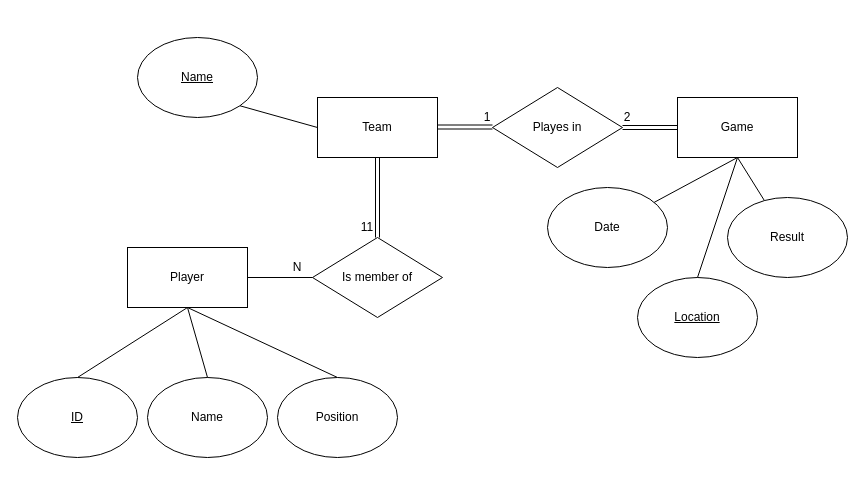
Above: Untitled Diagram.drawio in TWL27/JADS (draw.io), before the change. Source tidied: cells renumbered, new cells numbered last; positions are measured from the earlier drawing's top-left corner, leaving out a move shared by most shapes. Both pictures are drawn from the tidied source at 100%, with x=0, y=0 at pixel (17, 37).
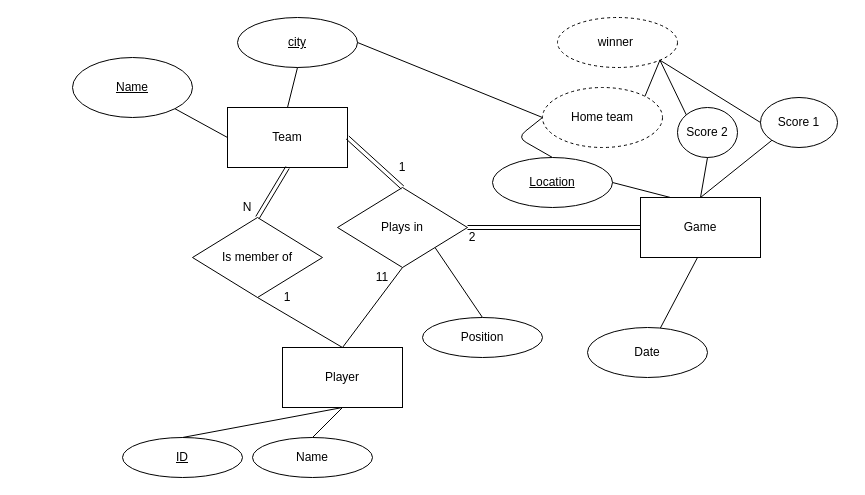
The same diagram, later.

The edit, as a diff of the source:
```diff
@@
     <mxCell id="2" value="Player" style="rounded=0;whiteSpace=wrap;html=1;" parent="1" vertex="1">
-      <mxGeometry x="110" y="210" width="120" height="60" as="geometry" />
+      <mxGeometry x="265" y="310" width="120" height="60" as="geometry" />
     </mxCell>
     <mxCell id="3" value="Team" style="rounded=0;whiteSpace=wrap;html=1;" parent="1" vertex="1">
-      <mxGeometry x="300" y="60" width="120" height="60" as="geometry" />
+      <mxGeometry x="210" y="70" width="120" height="60" as="geometry" />
     </mxCell>
     <mxCell id="4" value="Game" style="rounded=0;whiteSpace=wrap;html=1;" parent="1" vertex="1">
-      <mxGeometry x="660" y="60" width="120" height="60" as="geometry" />
+      <mxGeometry x="623" y="160" width="120" height="60" as="geometry" />
     </mxCell>
-    <mxCell id="5" value="Result" style="ellipse;whiteSpace=wrap;html=1;" parent="1" vertex="1">
-      <mxGeometry x="710" y="160" width="120" height="80" as="geometry" />
+    <mxCell id="5" value="Score 2" style="ellipse;whiteSpace=wrap;html=1;" parent="1" vertex="1">
+      <mxGeometry x="660" y="70" width="60" height="50" as="geometry" />
     </mxCell>
-    <mxCell id="6" style="endArrow=none;html=1;exitX=0.5;exitY=1;exitDx=0;exitDy=0;" parent="1" edge="1" source="4" target="5">
-      <mxGeometry relative="1" as="geometry" />
+    <mxCell id="6" style="endArrow=none;html=1;exitX=0.5;exitY=0;exitDx=0;exitDy=0;entryX=0;entryY=0.5;entryDx=0;entryDy=0;" parent="1" edge="1" source="23" target="33">
+      <mxGeometry relative="1" as="geometry">
+        <Array as="points">
+          <mxPoint x="500" y="100" />
+        </Array>
+      </mxGeometry>
     </mxCell>
     <mxCell id="7" value="Name" style="ellipse;whiteSpace=wrap;html=1;" parent="1" vertex="1">
-      <mxGeometry x="130" y="340" width="120" height="80" as="geometry" />
+      <mxGeometry x="235" y="400" width="120" height="40" as="geometry" />
     </mxCell>
-    <mxCell id="8" style="endArrow=none;html=1;exitX=0.5;exitY=1;exitDx=0;exitDy=0;entryX=0.5;entryY=0;entryDx=0;entryDy=0;" parent="1" edge="1" source="2" target="9">
+    <mxCell id="8" style="endArrow=none;html=1;exitX=1;exitY=1;exitDx=0;exitDy=0;entryX=0.5;entryY=0;entryDx=0;entryDy=0;" parent="1" edge="1" source="11" target="9">
       <mxGeometry relative="1" as="geometry" />
     </mxCell>
     <mxCell id="9" value="Position" style="ellipse;whiteSpace=wrap;html=1;" parent="1" vertex="1">
-      <mxGeometry x="260" y="340" width="120" height="80" as="geometry" />
+      <mxGeometry x="405" y="280" width="120" height="40" as="geometry" />
     </mxCell>
     <mxCell id="10" value="Is member of" style="rhombus;whiteSpace=wrap;html=1;" parent="1" vertex="1">
-      <mxGeometry x="295" y="200" width="130" height="80" as="geometry" />
+      <mxGeometry x="175" y="180" width="130" height="80" as="geometry" />
     </mxCell>
-    <mxCell id="11" value="Playes in" style="rhombus;whiteSpace=wrap;html=1;" parent="1" vertex="1">
-      <mxGeometry x="475" y="50" width="130" height="80" as="geometry" />
+    <mxCell id="11" value="Plays in" style="rhombus;whiteSpace=wrap;html=1;" parent="1" vertex="1">
+      <mxGeometry x="320" y="150" width="130" height="80" as="geometry" />
     </mxCell>
     <mxCell id="12" value="11" style="text;html=1;strokeColor=none;fillColor=none;align=center;verticalAlign=middle;whiteSpace=wrap;rounded=0;" parent="1" vertex="1">
-      <mxGeometry x="330" y="180" width="40" height="20" as="geometry" />
+      <mxGeometry x="345" y="230" width="40" height="20" as="geometry" />
     </mxCell>
-    <mxCell id="13" style="shape=link;endArrow=classic;startArrow=classic;html=1;exitX=0.5;exitY=1;exitDx=0;exitDy=0;" parent="1" edge="1" source="3" target="10">
+    <mxCell id="13" style="shape=link;endArrow=classic;startArrow=classic;html=1;exitX=0.5;exitY=1;exitDx=0;exitDy=0;entryX=0.5;entryY=0;entryDx=0;entryDy=0;" parent="1" edge="1" source="3" target="10">
       <mxGeometry relative="1" as="geometry" />
     </mxCell>
-    <mxCell id="14" style="endArrow=none;html=1;entryX=1;entryY=0.5;entryDx=0;entryDy=0;exitX=0;exitY=0.5;exitDx=0;exitDy=0;" parent="1" edge="1" source="10" target="2">
+    <mxCell id="14" style="endArrow=none;html=1;entryX=0.5;entryY=0;entryDx=0;entryDy=0;exitX=0.5;exitY=1;exitDx=0;exitDy=0;" parent="1" edge="1" source="10" target="2">
       <mxGeometry relative="1" as="geometry" />
     </mxCell>
@@
     <mxCell id="16" value="1" style="text;html=1;strokeColor=none;fillColor=none;align=center;verticalAlign=middle;whiteSpace=wrap;rounded=0;" parent="1" vertex="1">
-      <mxGeometry x="450" y="70" width="40" height="20" as="geometry" />
+      <mxGeometry x="365" y="120" width="40" height="20" as="geometry" />
     </mxCell>
     <mxCell id="17" value="2" style="text;html=1;strokeColor=none;fillColor=none;align=center;verticalAlign=middle;whiteSpace=wrap;rounded=0;" parent="1" vertex="1">
-      <mxGeometry x="590" y="70" width="40" height="20" as="geometry" />
+      <mxGeometry x="435" y="190" width="40" height="20" as="geometry" />
     </mxCell>
@@
-    <mxCell id="19" style="shape=link;endArrow=classic;startArrow=classic;html=1;exitX=0;exitY=0.5;exitDx=0;exitDy=0;entryX=1;entryY=0.5;entryDx=0;entryDy=0;" parent="1" edge="1">
-      <mxGeometry relative="1" as="geometry">
-        <mxPoint x="475" y="89.5" as="sourcePoint" />
-        <mxPoint x="420" y="89.5" as="targetPoint" />
-      </mxGeometry>
+    <mxCell id="19" style="shape=link;endArrow=classic;startArrow=classic;html=1;exitX=0.5;exitY=0;exitDx=0;exitDy=0;entryX=1;entryY=0.5;entryDx=0;entryDy=0;" parent="1" edge="1" source="11" target="3">
+      <mxGeometry relative="1" as="geometry" />
     </mxCell>
     <mxCell id="20" value="N" style="text;html=1;strokeColor=none;fillColor=none;align=center;verticalAlign=middle;whiteSpace=wrap;rounded=0;" parent="1" vertex="1">
-      <mxGeometry x="260" y="220" width="40" height="20" as="geometry" />
+      <mxGeometry x="210" y="160" width="40" height="20" as="geometry" />
     </mxCell>
     <mxCell id="21" value="&lt;u&gt;ID&lt;/u&gt;" style="ellipse;whiteSpace=wrap;html=1;" parent="1" vertex="1">
-      <mxGeometry y="340" width="120" height="80" as="geometry" />
+      <mxGeometry x="105" y="400" width="120" height="40" as="geometry" />
     </mxCell>
@@
     <mxCell id="23" value="&lt;u&gt;Location&lt;/u&gt;" style="ellipse;whiteSpace=wrap;html=1;" parent="1" vertex="1">
-      <mxGeometry x="620" y="240" width="120" height="80" as="geometry" />
+      <mxGeometry x="475" y="120" width="120" height="50" as="geometry" />
     </mxCell>
     <mxCell id="24" value="Date" style="ellipse;whiteSpace=wrap;html=1;" parent="1" vertex="1">
-      <mxGeometry x="530" y="150" width="120" height="80" as="geometry" />
+      <mxGeometry x="570" y="290" width="120" height="50" as="geometry" />
     </mxCell>
-    <mxCell id="25" style="endArrow=none;html=1;exitX=0.5;exitY=1;exitDx=0;exitDy=0;entryX=0.5;entryY=0;entryDx=0;entryDy=0;" parent="1" edge="1" source="4" target="23">
+    <mxCell id="25" style="endArrow=none;html=1;exitX=0.25;exitY=0;exitDx=0;exitDy=0;entryX=1;entryY=0.5;entryDx=0;entryDy=0;" parent="1" edge="1" source="4" target="23">
       <mxGeometry relative="1" as="geometry" />
     </mxCell>
     <mxCell id="26" style="endArrow=none;html=1;" parent="1" edge="1" target="24">
       <mxGeometry relative="1" as="geometry">
-        <mxPoint x="720" y="120" as="sourcePoint" />
+        <mxPoint x="680" y="220" as="sourcePoint" />
       </mxGeometry>
     </mxCell>
     <mxCell id="27" value="&lt;u&gt;Name&lt;/u&gt;" style="ellipse;whiteSpace=wrap;html=1;" parent="1" vertex="1">
-      <mxGeometry x="120" width="120" height="80" as="geometry" />
+      <mxGeometry x="55" y="20" width="120" height="60" as="geometry" />
     </mxCell>
@@
+    <mxCell id="29" value="&lt;u&gt;city&lt;/u&gt;" style="ellipse;whiteSpace=wrap;html=1;" parent="1" vertex="1">
+      <mxGeometry x="220" y="-20" width="120" height="50" as="geometry" />
+    </mxCell>
+    <mxCell id="30" style="endArrow=none;html=1;entryX=0.5;entryY=1;entryDx=0;entryDy=0;exitX=0.5;exitY=0;exitDx=0;exitDy=0;" parent="1" edge="1" source="3" target="29">
+      <mxGeometry relative="1" as="geometry" />
+    </mxCell>
+    <mxCell id="31" style="endArrow=none;html=1;entryX=0.5;entryY=0;entryDx=0;entryDy=0;exitX=0.5;exitY=1;exitDx=0;exitDy=0;" parent="1" edge="1" source="11" target="2">
+      <mxGeometry relative="1" as="geometry" />
+    </mxCell>
+    <mxCell id="32" value="1" style="text;html=1;strokeColor=none;fillColor=none;align=center;verticalAlign=middle;whiteSpace=wrap;rounded=0;" parent="1" vertex="1">
+      <mxGeometry x="250" y="250" width="40" height="20" as="geometry" />
+    </mxCell>
+    <mxCell id="33" value="Home team" style="ellipse;whiteSpace=wrap;html=1;dashed=1;" parent="1" vertex="1">
+      <mxGeometry x="525" y="50" width="120" height="60" as="geometry" />
+    </mxCell>
+    <mxCell id="34" value="Score 1" style="ellipse;whiteSpace=wrap;html=1;" parent="1" vertex="1">
+      <mxGeometry x="743" y="60" width="77" height="50" as="geometry" />
+    </mxCell>
+    <mxCell id="35" style="endArrow=none;html=1;exitX=0.5;exitY=1;exitDx=0;exitDy=0;entryX=0.5;entryY=0;entryDx=0;entryDy=0;" parent="1" edge="1" source="5" target="4">
+      <mxGeometry relative="1" as="geometry" />
+    </mxCell>
+    <mxCell id="36" style="endArrow=none;html=1;exitX=0;exitY=1;exitDx=0;exitDy=0;entryX=0.5;entryY=0;entryDx=0;entryDy=0;" parent="1" edge="1" source="34" target="4">
+      <mxGeometry relative="1" as="geometry" />
+    </mxCell>
+    <mxCell id="37" value="winner&amp;nbsp;" style="ellipse;whiteSpace=wrap;html=1;dashed=1;" parent="1" vertex="1">
+      <mxGeometry x="540" y="-20" width="120" height="50" as="geometry" />
+    </mxCell>
+    <mxCell id="38" style="endArrow=none;html=1;exitX=0;exitY=0.5;exitDx=0;exitDy=0;entryX=1;entryY=1;entryDx=0;entryDy=0;" parent="1" edge="1" source="34" target="37">
+      <mxGeometry relative="1" as="geometry" />
+    </mxCell>
+    <mxCell id="39" style="endArrow=none;html=1;exitX=1;exitY=0;exitDx=0;exitDy=0;entryX=1;entryY=1;entryDx=0;entryDy=0;" parent="1" edge="1" source="33" target="37">
+      <mxGeometry relative="1" as="geometry" />
+    </mxCell>
+    <mxCell id="40" style="endArrow=none;html=1;exitX=0;exitY=0;exitDx=0;exitDy=0;entryX=1;entryY=1;entryDx=0;entryDy=0;" parent="1" edge="1" source="5" target="37">
+      <mxGeometry relative="1" as="geometry" />
+    </mxCell>
+    <mxCell id="41" style="endArrow=none;html=1;entryX=1;entryY=0.5;entryDx=0;entryDy=0;exitX=0;exitY=0.5;exitDx=0;exitDy=0;" parent="1" edge="1" source="33" target="29">
+      <mxGeometry relative="1" as="geometry" />
+    </mxCell>
```
